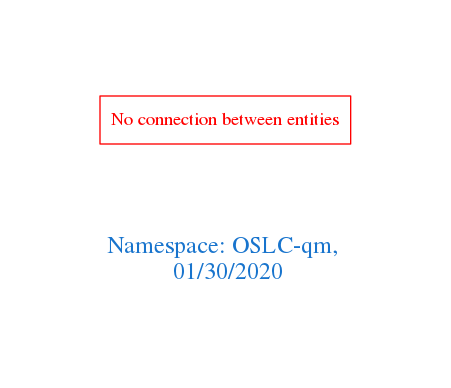
The Graphviz diagram downloads/OSLC-qm.png in arago/OGIT, before a commit. Its source is kept beside it as downloads/OSLC-qm.dot.
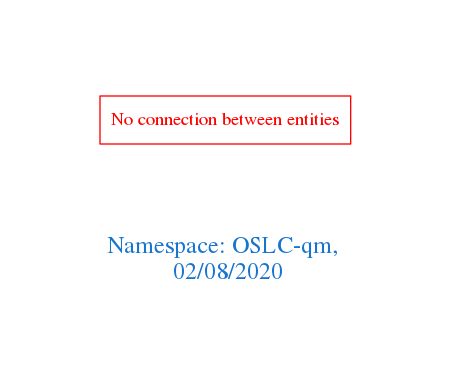
The same diagram one commit later.

Change to the diagram source:
```diff
@@ -1,7 +1,7 @@
 digraph OGIT_ontology {
  graph [ rankdir= LR,pad=1
 fontsize = 18,
-fontcolor= dodgerblue3,label = "\n\n\nNamespace: OSLC-qm, \n 01/30/2020"];
+fontcolor= dodgerblue3,label = "\n\n\nNamespace: OSLC-qm, \n 02/08/2020"];
 node[shape=polygon];
 edge [  color="gray81"];
 
```
